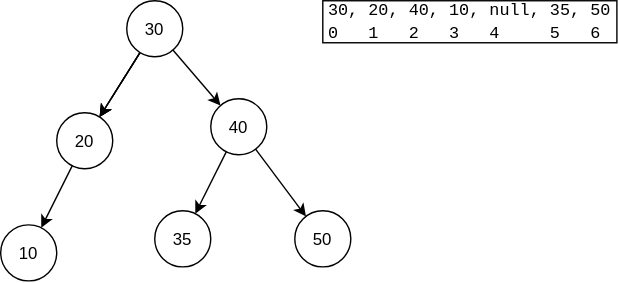
Before: База/Структуры данных/2. Быстро находить данные и проверять условия/2.3. Проверять принадлежность и уникальность/Множество (Set)/binary-tree.drawio.svg, a diagram exported from draw.io (kosukhin/catalog). Source tidied: cells renumbered, new cells last; positions are measured from the earlier drawing's top-left corner, leaving out a move shared by most shapes.
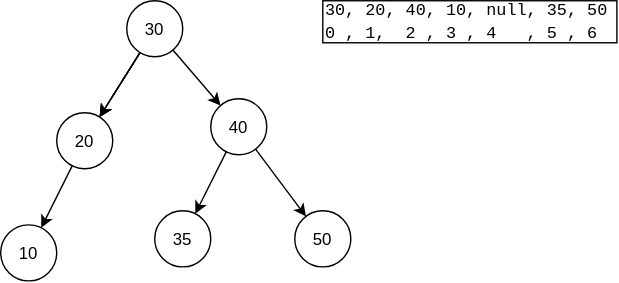
After the change.

The edit, as a diff of the source:
```diff
@@ -41,7 +41,7 @@
     <mxCell id="14" value="10&lt;div&gt;&lt;br/&gt;&lt;/div&gt;" style="ellipse;whiteSpace=wrap;html=1;shapeInside=1;" parent="1" vertex="1">
       <mxGeometry y="160" width="40" height="40" as="geometry" />
     </mxCell>
-    <mxCell id="15" value="&lt;font face=&quot;Courier New&quot;&gt;30, 20, 40, 10, null, 35, 50&lt;/font&gt;&lt;div style=&quot;text-align: left;&quot;&gt;&lt;font face=&quot;Courier New&quot;&gt;0&amp;nbsp; &amp;nbsp;1&amp;nbsp; &amp;nbsp;2&amp;nbsp; &amp;nbsp;3&amp;nbsp; &amp;nbsp;4&amp;nbsp; &amp;nbsp; &amp;nbsp;5&amp;nbsp; &amp;nbsp;6&lt;/font&gt;&lt;/div&gt;" style="rounded=0;whiteSpace=wrap;html=1;" parent="1" vertex="1">
+    <mxCell id="15" value="&lt;font face=&quot;Courier New&quot;&gt;30, 20, 40, 10, null, 35, 50&lt;/font&gt;&lt;div style=&quot;&quot;&gt;&lt;font face=&quot;Courier New&quot;&gt;0 , 1,&amp;nbsp; 2 , 3 , 4&amp;nbsp; &amp;nbsp;, 5 , 6&lt;/font&gt;&lt;/div&gt;" style="rounded=0;whiteSpace=wrap;html=1;align=left;" parent="1" vertex="1">
       <mxGeometry x="230" width="210" height="30" as="geometry" />
     </mxCell>
   </root>
```
